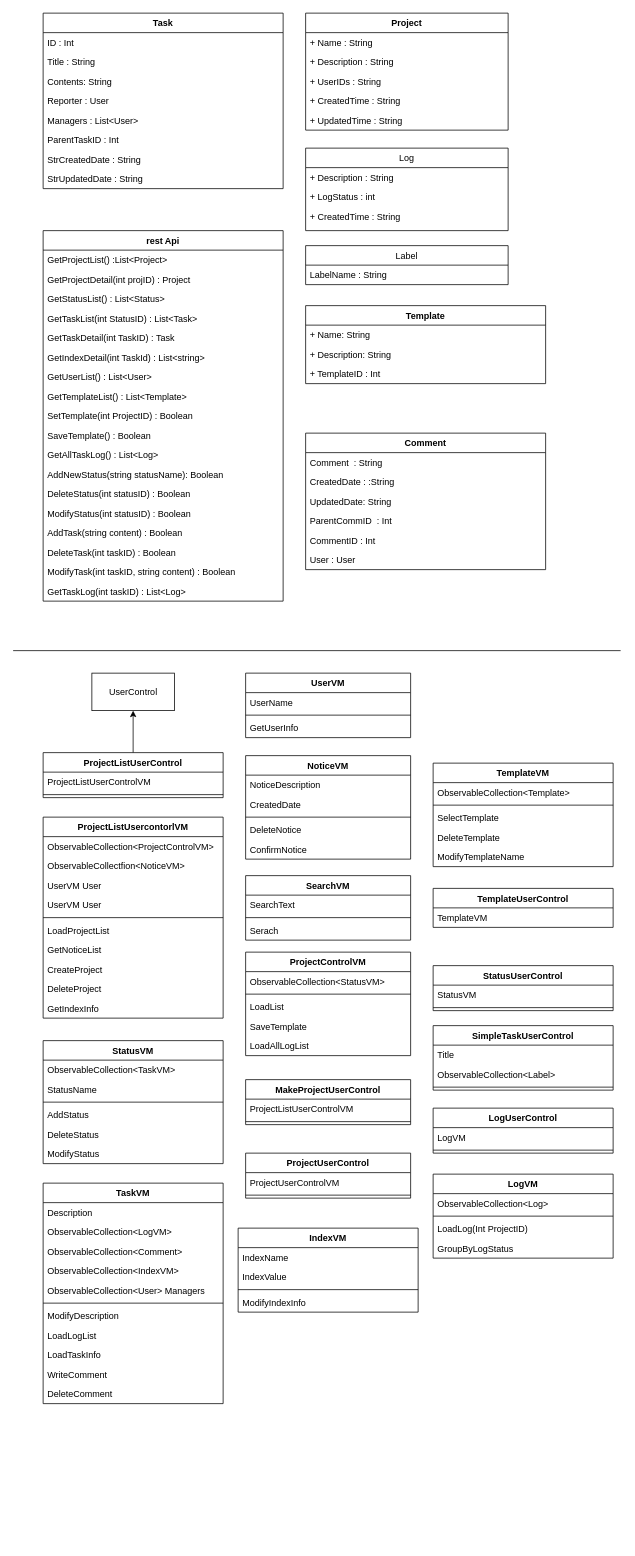
Above: Untitled Diagram.drawio in InsoooooooooJANG/TIL (draw.io), before the change. Source tidied: cells renumbered, new cells numbered last; positions are measured from the earlier drawing's top-left corner, leaving out a move shared by most shapes. Both pictures are drawn from the tidied source at 75%, with x=0, y=0 at pixel (13, 13).
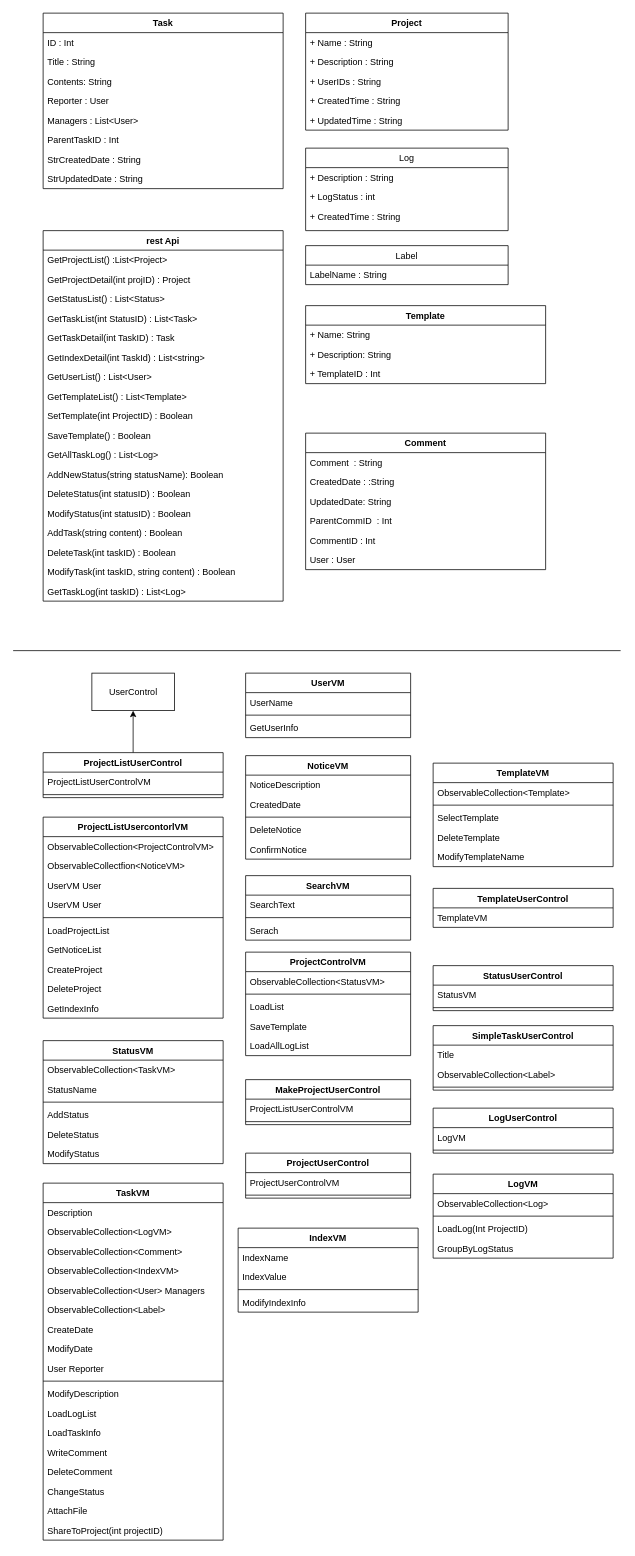
The same diagram, later.

The edit, as a diff of the source:
```diff
@@
     <mxCell id="85" value="TaskVM" style="swimlane;fontStyle=1;align=center;verticalAlign=top;horizontal=1;startSize=26;" parent="1" vertex="1">
-      <mxGeometry x="40" y="1560" width="240" height="294" as="geometry" />
+      <mxGeometry x="40" y="1560" width="240" height="476" as="geometry" />
     </mxCell>
@@
+    <mxCell id="143" value="ObservableCollection&lt;Label&gt;" style="text;strokeColor=none;fillColor=none;align=left;verticalAlign=top;spacingLeft=4;spacingRight=4;overflow=hidden;" parent="85" vertex="1">
+      <mxGeometry y="156" width="240" height="26" as="geometry" />
+    </mxCell>
+    <mxCell id="144" value="CreateDate" style="text;strokeColor=none;fillColor=none;align=left;verticalAlign=top;spacingLeft=4;spacingRight=4;overflow=hidden;" parent="85" vertex="1">
+      <mxGeometry y="182" width="240" height="26" as="geometry" />
+    </mxCell>
+    <mxCell id="145" value="ModifyDate" style="text;strokeColor=none;fillColor=none;align=left;verticalAlign=top;spacingLeft=4;spacingRight=4;overflow=hidden;" parent="85" vertex="1">
+      <mxGeometry y="208" width="240" height="26" as="geometry" />
+    </mxCell>
+    <mxCell id="146" value="User Reporter" style="text;strokeColor=none;fillColor=none;align=left;verticalAlign=top;spacingLeft=4;spacingRight=4;overflow=hidden;" parent="85" vertex="1">
+      <mxGeometry y="234" width="240" height="26" as="geometry" />
+    </mxCell>
     <mxCell id="91" style="line;strokeWidth=1;fillColor=none;align=left;verticalAlign=middle;spacingTop=-1;spacingLeft=3;spacingRight=3;labelPosition=right;" parent="85" vertex="1">
-      <mxGeometry y="156" width="240" height="8" as="geometry" />
+      <mxGeometry y="260" width="240" height="8" as="geometry" />
     </mxCell>
     <mxCell id="92" value="ModifyDescription" style="text;strokeColor=none;fillColor=none;align=left;verticalAlign=top;spacingLeft=4;spacingRight=4;overflow=hidden;" parent="85" vertex="1">
-      <mxGeometry y="164" width="240" height="26" as="geometry" />
+      <mxGeometry y="268" width="240" height="26" as="geometry" />
     </mxCell>
     <mxCell id="93" value="LoadLogList" style="text;strokeColor=none;fillColor=none;align=left;verticalAlign=top;spacingLeft=4;spacingRight=4;overflow=hidden;" parent="85" vertex="1">
-      <mxGeometry y="190" width="240" height="26" as="geometry" />
+      <mxGeometry y="294" width="240" height="26" as="geometry" />
     </mxCell>
     <mxCell id="94" value="LoadTaskInfo" style="text;strokeColor=none;fillColor=none;align=left;verticalAlign=top;spacingLeft=4;spacingRight=4;overflow=hidden;" parent="85" vertex="1">
-      <mxGeometry y="216" width="240" height="26" as="geometry" />
+      <mxGeometry y="320" width="240" height="26" as="geometry" />
     </mxCell>
     <mxCell id="95" value="WriteComment" style="text;strokeColor=none;fillColor=none;align=left;verticalAlign=top;spacingLeft=4;spacingRight=4;overflow=hidden;" parent="85" vertex="1">
-      <mxGeometry y="242" width="240" height="26" as="geometry" />
+      <mxGeometry y="346" width="240" height="26" as="geometry" />
     </mxCell>
     <mxCell id="96" value="DeleteComment" style="text;strokeColor=none;fillColor=none;align=left;verticalAlign=top;spacingLeft=4;spacingRight=4;overflow=hidden;" parent="85" vertex="1">
-      <mxGeometry y="268" width="240" height="26" as="geometry" />
+      <mxGeometry y="372" width="240" height="26" as="geometry" />
     </mxCell>
+    <mxCell id="147" value="ChangeStatus" style="text;strokeColor=none;fillColor=none;align=left;verticalAlign=top;spacingLeft=4;spacingRight=4;overflow=hidden;" parent="85" vertex="1">
+      <mxGeometry y="398" width="240" height="26" as="geometry" />
+    </mxCell>
+    <mxCell id="148" value="AttachFile" style="text;strokeColor=none;fillColor=none;align=left;verticalAlign=top;spacingLeft=4;spacingRight=4;overflow=hidden;" parent="85" vertex="1">
+      <mxGeometry y="424" width="240" height="26" as="geometry" />
+    </mxCell>
+    <mxCell id="149" value="ShareToProject(int projectID)" style="text;strokeColor=none;fillColor=none;align=left;verticalAlign=top;spacingLeft=4;spacingRight=4;overflow=hidden;" parent="85" vertex="1">
+      <mxGeometry y="450" width="240" height="26" as="geometry" />
+    </mxCell>
```
